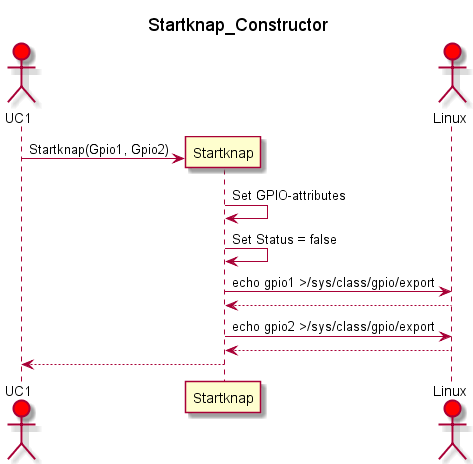
Earlier version of the PlantUML export Diagrammer/CentralComputer/Klasser/Startknap/Construtor_SD/Startknap_Constructor.png (Solvgraa-mager/E3PRJ3).
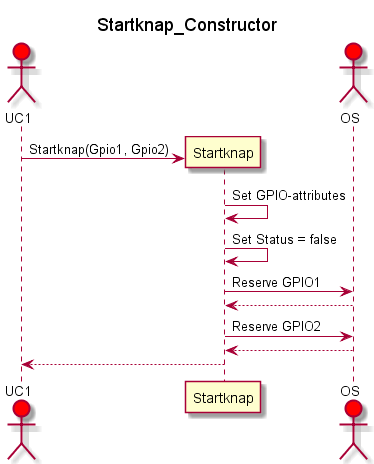
Above is the later version.

Change to the diagram source:
```diff
@@ -2,15 +2,15 @@
 title Startknap_Constructor
 actor UC1 #Red
 participant Startknap
-actor Linux #Red
+actor OS #Red
 
 UC1 -> Startknap ** : Startknap(Gpio1, Gpio2)
 Startknap ->Startknap : Set GPIO-attributes
 Startknap->Startknap : Set Status = false
-Startknap -> Linux : echo gpio1 >/sys/class/gpio/export
-Linux --> Startknap
-Startknap -> Linux : echo gpio2 >/sys/class/gpio/export
-Linux --> Startknap
+Startknap -> OS : Reserve GPIO1
+OS --> Startknap
+Startknap -> OS : Reserve GPIO2
+OS --> Startknap
 Startknap --> UC1
 
 
```
